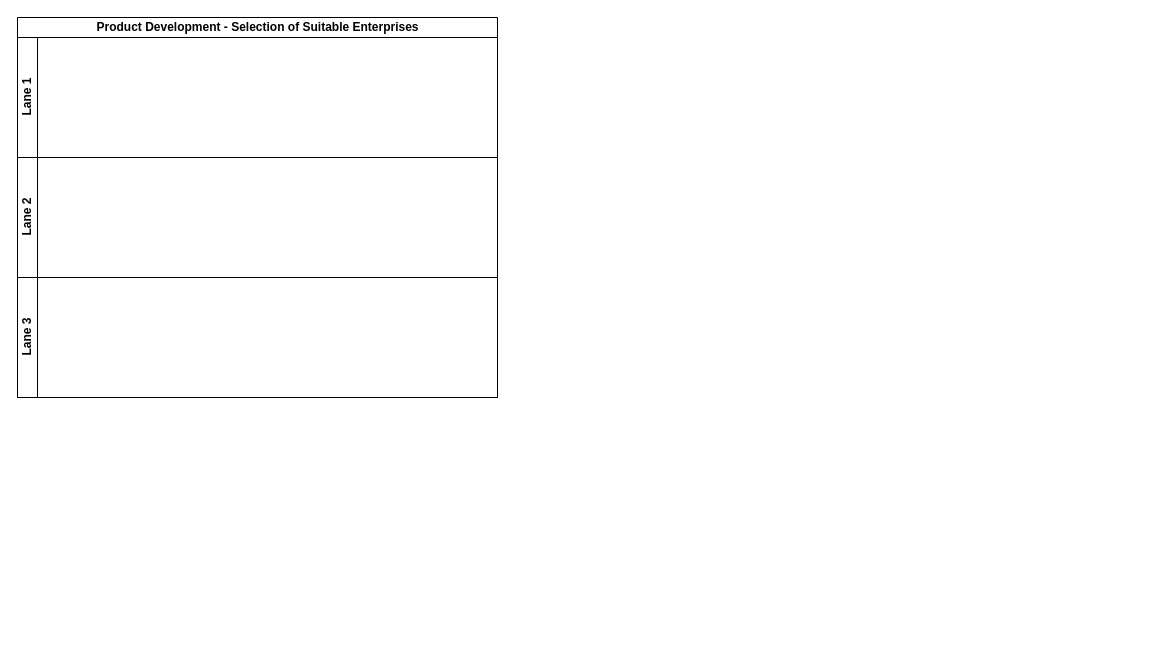
kmagua/flowcharts keeps this draw.io diagram as PD - Selection of Suitable Enterprises.drawio. Above is the earlier version. Source tidied: cells renumbered, new cells numbered last; positions are measured from the earlier drawing's top-left corner, leaving out a move shared by most shapes. Both pictures are drawn from the tidied source at 100%, with x=0, y=0 at pixel (17, 17).
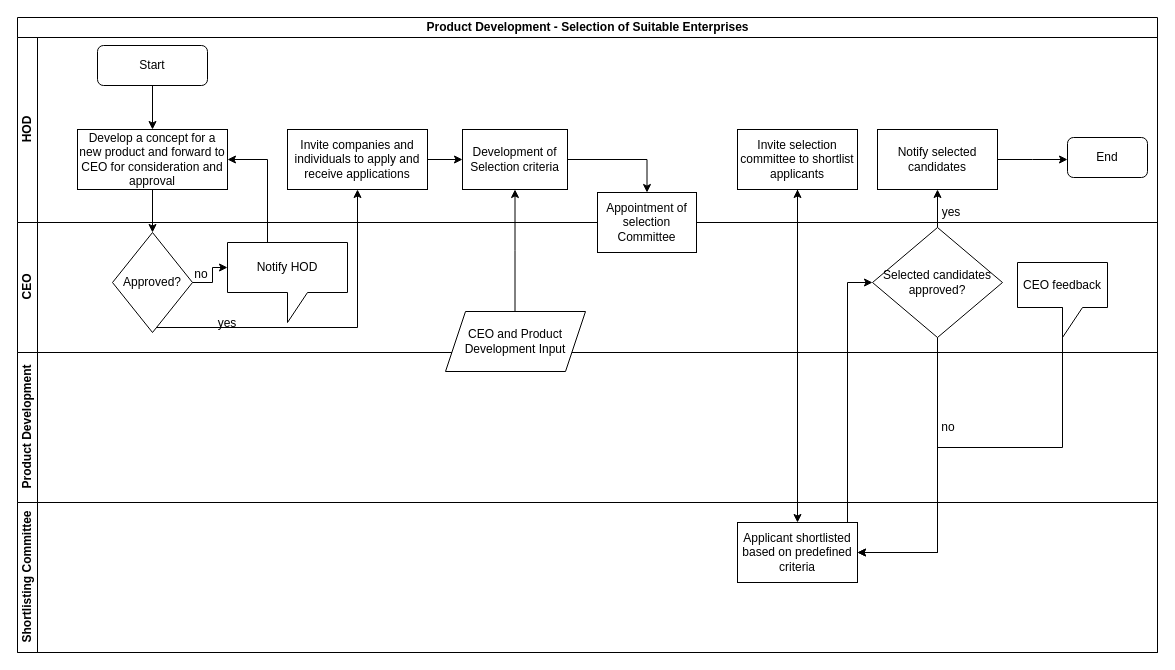
The same page after the edit.

The edit, as a diff of the source:
```diff
@@
     <mxCell id="2" value="Product Development - Selection of Suitable Enterprises" style="swimlane;html=1;horizontal=1;startSize=20;" parent="1" vertex="1">
-      <mxGeometry width="480" height="380" as="geometry" />
+      <mxGeometry width="1140" height="635" as="geometry" />
     </mxCell>
-    <mxCell id="3" value="Lane 1" style="swimlane;html=1;startSize=20;horizontal=0;" parent="2" vertex="1">
-      <mxGeometry y="20" width="480" height="120" as="geometry" />
+    <mxCell id="3" value="HOD" style="swimlane;html=1;startSize=20;horizontal=0;" parent="2" vertex="1">
+      <mxGeometry y="20" width="1140" height="185" as="geometry" />
     </mxCell>
+    <mxCell id="6" value="Start" style="rounded=1;whiteSpace=wrap;html=1;" parent="3" vertex="1">
+      <mxGeometry x="80" y="8" width="110" height="40" as="geometry" />
+    </mxCell>
+    <mxCell id="7" value="End" style="rounded=1;whiteSpace=wrap;html=1;" parent="3" vertex="1">
+      <mxGeometry x="1050" y="100" width="80" height="40" as="geometry" />
+    </mxCell>
+    <mxCell id="8" value="Development of Selection criteria" style="whiteSpace=wrap;html=1;" parent="3" vertex="1">
+      <mxGeometry x="445" y="92" width="105" height="60" as="geometry" />
+    </mxCell>
+    <mxCell id="9" value="Invite companies and individuals to apply and receive applications" style="whiteSpace=wrap;html=1;" parent="3" vertex="1">
+      <mxGeometry x="270" y="92" width="140" height="60" as="geometry" />
+    </mxCell>
+    <mxCell id="10" style="edgeStyle=orthogonalEdgeStyle;rounded=0;jettySize=auto;html=1;" parent="3" edge="1" source="9" target="8">
+      <mxGeometry relative="1" as="geometry" />
+    </mxCell>
+    <mxCell id="11" value="Invite selection committee to shortlist applicants" style="whiteSpace=wrap;html=1;" parent="3" vertex="1">
+      <mxGeometry x="720" y="92" width="120" height="60" as="geometry" />
+    </mxCell>
+    <mxCell id="12" value="Notify selected candidates" style="whiteSpace=wrap;html=1;" parent="3" vertex="1">
+      <mxGeometry x="860" y="92" width="120" height="60" as="geometry" />
+    </mxCell>
+    <mxCell id="13" value="yes" style="text;html=1;strokeColor=none;fillColor=none;align=center;verticalAlign=middle;whiteSpace=wrap;rounded=0;" parent="3" vertex="1">
+      <mxGeometry x="914" y="165" width="40" height="20" as="geometry" />
+    </mxCell>
-    <mxCell id="4" value="Lane 2" style="swimlane;html=1;startSize=20;horizontal=0;" parent="2" vertex="1">
-      <mxGeometry y="140" width="480" height="120" as="geometry" />
+    <mxCell id="4" value="CEO" style="swimlane;html=1;startSize=20;horizontal=0;" parent="2" vertex="1">
+      <mxGeometry y="205" width="1140" height="130" as="geometry" />
     </mxCell>
+    <mxCell id="14" value="no" style="text;html=1;strokeColor=none;fillColor=none;align=center;verticalAlign=middle;whiteSpace=wrap;rounded=0;" parent="4" vertex="1">
+      <mxGeometry x="164" y="42" width="40" height="20" as="geometry" />
+    </mxCell>
+    <mxCell id="15" value="Selected candidates approved?" style="rhombus;whiteSpace=wrap;html=1;" parent="4" vertex="1">
+      <mxGeometry x="855" y="5" width="130" height="110" as="geometry" />
+    </mxCell>
+    <mxCell id="16" value="Notify HOD" style="shape=callout;whiteSpace=wrap;html=1;perimeter=calloutPerimeter;" parent="4" vertex="1">
+      <mxGeometry x="210" y="20" width="120" height="80" as="geometry" />
+    </mxCell>
+    <mxCell id="17" value="Approved?" style="rhombus;whiteSpace=wrap;html=1;" parent="4" vertex="1">
+      <mxGeometry x="95" y="10" width="80" height="100" as="geometry" />
+    </mxCell>
+    <mxCell id="18" style="edgeStyle=orthogonalEdgeStyle;rounded=0;jettySize=auto;html=1;entryX=0;entryY=0;entryDx=0;entryDy=25;entryPerimeter=0;" parent="4" edge="1" source="17" target="16">
+      <mxGeometry relative="1" as="geometry" />
+    </mxCell>
+    <mxCell id="19" value="yes" style="text;html=1;strokeColor=none;fillColor=none;align=center;verticalAlign=middle;whiteSpace=wrap;rounded=0;" parent="4" vertex="1">
+      <mxGeometry x="190" y="91" width="40" height="20" as="geometry" />
+    </mxCell>
+    <mxCell id="20" value="Appointment of selection Committee" style="whiteSpace=wrap;html=1;" parent="4" vertex="1">
+      <mxGeometry x="580" y="-30" width="99" height="60" as="geometry" />
+    </mxCell>
+    <mxCell id="21" value="CEO feedback" style="shape=callout;whiteSpace=wrap;html=1;perimeter=calloutPerimeter;" parent="4" vertex="1">
+      <mxGeometry x="1000" y="40" width="90" height="75" as="geometry" />
+    </mxCell>
-    <mxCell id="5" value="Lane 3" style="swimlane;html=1;startSize=20;horizontal=0;" parent="2" vertex="1">
-      <mxGeometry y="260" width="480" height="120" as="geometry" />
+    <mxCell id="5" value="Product Development" style="swimlane;html=1;startSize=20;horizontal=0;" parent="2" vertex="1">
+      <mxGeometry y="335" width="1140" height="150" as="geometry" />
     </mxCell>
+    <mxCell id="22" value="no" style="text;html=1;strokeColor=none;fillColor=none;align=center;verticalAlign=middle;whiteSpace=wrap;rounded=0;" parent="5" vertex="1">
+      <mxGeometry x="911" y="65" width="40" height="20" as="geometry" />
+    </mxCell>
+    <mxCell id="23" value="Shortlisting Committee" style="swimlane;html=1;startSize=20;horizontal=0;" parent="2" vertex="1">
+      <mxGeometry y="485" width="1140" height="150" as="geometry" />
+    </mxCell>
+    <mxCell id="24" value="Applicant shortlisted based on predefined criteria" style="whiteSpace=wrap;html=1;" parent="23" vertex="1">
+      <mxGeometry x="720" y="20" width="120" height="60" as="geometry" />
+    </mxCell>
+    <mxCell id="25" style="edgeStyle=orthogonalEdgeStyle;rounded=0;jettySize=auto;html=1;" parent="2" edge="1" source="17" target="9">
+      <mxGeometry relative="1" as="geometry">
+        <Array as="points">
+          <mxPoint x="340" y="310" />
+        </Array>
+      </mxGeometry>
+    </mxCell>
+    <mxCell id="26" style="edgeStyle=orthogonalEdgeStyle;rounded=0;jettySize=auto;html=1;" parent="2" edge="1" source="11" target="24">
+      <mxGeometry relative="1" as="geometry" />
+    </mxCell>
+    <mxCell id="27" style="edgeStyle=orthogonalEdgeStyle;rounded=0;jettySize=auto;html=1;" parent="2" edge="1" source="24" target="15">
+      <mxGeometry relative="1" as="geometry">
+        <Array as="points">
+          <mxPoint x="830" y="265" />
+        </Array>
+      </mxGeometry>
+    </mxCell>
+    <mxCell id="28" style="edgeStyle=orthogonalEdgeStyle;rounded=0;jettySize=auto;html=1;" parent="2" edge="1" source="15" target="12">
+      <mxGeometry relative="1" as="geometry" />
+    </mxCell>
+    <mxCell id="29" style="edgeStyle=orthogonalEdgeStyle;rounded=0;jettySize=auto;html=1;entryX=0.5;entryY=0;entryDx=0;entryDy=0;" parent="2" edge="1" source="8" target="20">
+      <mxGeometry relative="1" as="geometry" />
+    </mxCell>
+    <mxCell id="30" style="edgeStyle=orthogonalEdgeStyle;rounded=0;jettySize=auto;html=1;" parent="2" edge="1" source="20" target="11">
+      <mxGeometry relative="1" as="geometry" />
+    </mxCell>
+    <mxCell id="31" style="edgeStyle=orthogonalEdgeStyle;rounded=0;jettySize=auto;html=1;entryX=1;entryY=0.5;entryDx=0;entryDy=0;" parent="2" edge="1" source="15" target="24">
+      <mxGeometry relative="1" as="geometry">
+        <Array as="points">
+          <mxPoint x="920" y="535" />
+        </Array>
+      </mxGeometry>
+    </mxCell>
+    <mxCell id="32" style="edgeStyle=orthogonalEdgeStyle;rounded=0;jettySize=auto;html=1;entryX=1;entryY=0.5;entryDx=0;entryDy=0;" parent="2" edge="1" source="21" target="24">
+      <mxGeometry relative="1" as="geometry">
+        <Array as="points">
+          <mxPoint x="1045" y="430" />
+          <mxPoint x="920" y="430" />
+          <mxPoint x="920" y="535" />
+        </Array>
+      </mxGeometry>
+    </mxCell>
+    <mxCell id="33" value="Develop a concept for a new product and forward to CEO for consideration and approval" style="rounded=0;whiteSpace=wrap;html=1;" parent="1" vertex="1">
+      <mxGeometry x="60" y="112" width="150" height="60" as="geometry" />
+    </mxCell>
+    <mxCell id="34" style="edgeStyle=orthogonalEdgeStyle;rounded=0;jettySize=auto;html=1;entryX=0.5;entryY=0;entryDx=0;entryDy=0;" parent="1" edge="1" source="6" target="33">
+      <mxGeometry relative="1" as="geometry" />
+    </mxCell>
+    <mxCell id="35" style="edgeStyle=orthogonalEdgeStyle;rounded=0;jettySize=auto;html=1;entryX=0.5;entryY=0;entryDx=0;entryDy=0;" parent="1" edge="1" source="33" target="17">
+      <mxGeometry relative="1" as="geometry" />
+    </mxCell>
+    <mxCell id="36" style="edgeStyle=orthogonalEdgeStyle;rounded=0;jettySize=auto;html=1;entryX=0.5;entryY=1;entryDx=0;entryDy=0;" parent="1" edge="1" source="37" target="8">
+      <mxGeometry relative="1" as="geometry">
+        <Array as="points">
+          <mxPoint x="498" y="233" />
+        </Array>
+      </mxGeometry>
+    </mxCell>
+    <mxCell id="37" value="CEO and Product Development Input" style="shape=parallelogram;perimeter=parallelogramPerimeter;whiteSpace=wrap;html=1;fixedSize=1;" parent="1" vertex="1">
+      <mxGeometry x="428" y="294" width="140" height="60" as="geometry" />
+    </mxCell>
+    <mxCell id="38" style="edgeStyle=orthogonalEdgeStyle;rounded=0;jettySize=auto;html=1;" parent="1" edge="1" source="12">
+      <mxGeometry relative="1" as="geometry">
+        <mxPoint x="1050" y="142" as="targetPoint" />
+      </mxGeometry>
+    </mxCell>
+    <mxCell id="39" style="edgeStyle=orthogonalEdgeStyle;rounded=0;jettySize=auto;html=1;entryX=1;entryY=0.5;entryDx=0;entryDy=0;" parent="1" edge="1" source="16" target="33">
+      <mxGeometry relative="1" as="geometry">
+        <Array as="points">
+          <mxPoint x="250" y="142" />
+        </Array>
+      </mxGeometry>
+    </mxCell>
```
